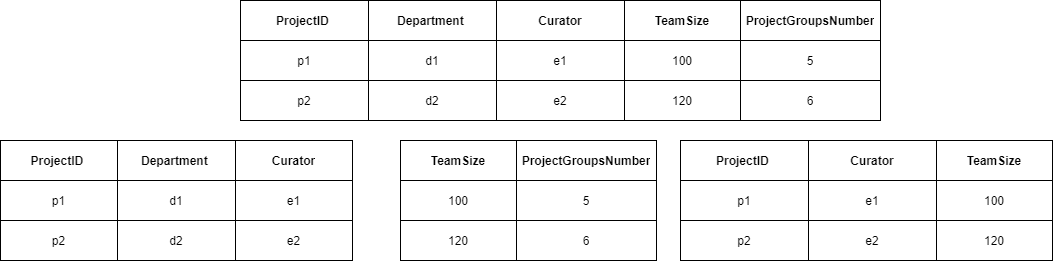
The draw.io diagram lab5/task5.drawio.png in dari-kayoo/Database, before a commit. Source tidied: cells renumbered, new cells last; positions are measured from the earlier drawing's top-left corner, leaving out a move shared by most shapes.
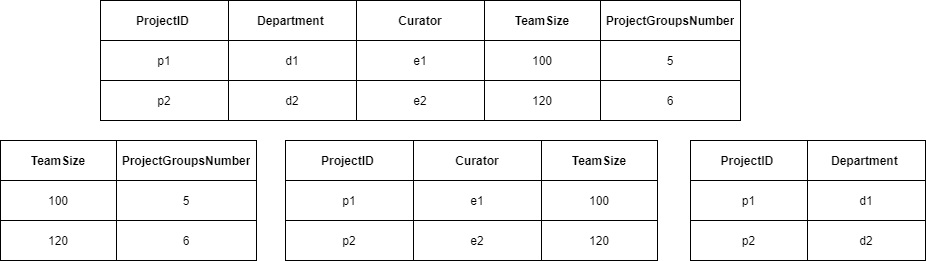
Above is the later version.

The edit, as a diff of the source:
```diff
@@ -60,10 +60,10 @@
       <mxGeometry x="500" width="140" height="40" as="geometry" />
     </mxCell>
     <mxCell id="21" style="shape=table;html=1;whiteSpace=wrap;startSize=0;" parent="1" vertex="1">
-      <mxGeometry y="140" width="352" height="120" as="geometry" />
+      <mxGeometry x="830" y="140" width="235" height="120" as="geometry" />
     </mxCell>
     <mxCell id="22" style="shape=partialRectangle;html=1;whiteSpace=wrap;fillColor=none;top=0;left=0;bottom=0;right=0;" parent="21" vertex="1">
-      <mxGeometry width="352" height="40" as="geometry" />
+      <mxGeometry width="235" height="40" as="geometry" />
     </mxCell>
     <mxCell id="23" value="&lt;b&gt;ProjectID&amp;nbsp;&lt;/b&gt;" style="shape=partialRectangle;html=1;whiteSpace=wrap;fillColor=none;top=0;left=0;bottom=0;right=0;overflow=hidden;" parent="22" vertex="1">
       <mxGeometry width="117" height="40" as="geometry" />
@@ -71,11 +71,8 @@
     <mxCell id="24" value="&lt;b&gt;Department&amp;nbsp;&lt;/b&gt;" style="shape=partialRectangle;html=1;whiteSpace=wrap;fillColor=none;top=0;left=0;bottom=0;right=0;overflow=hidden;" parent="22" vertex="1">
       <mxGeometry x="117" width="118" height="40" as="geometry" />
     </mxCell>
-    <mxCell id="25" value="&lt;b&gt;Curator&lt;/b&gt;" style="shape=partialRectangle;html=1;whiteSpace=wrap;fillColor=none;top=0;left=0;bottom=0;right=0;overflow=hidden;" parent="22" vertex="1">
-      <mxGeometry x="235" width="117" height="40" as="geometry" />
-    </mxCell>
     <mxCell id="26" style="shape=partialRectangle;html=1;whiteSpace=wrap;fillColor=none;top=0;left=0;bottom=0;right=0;" parent="21" vertex="1">
-      <mxGeometry y="40" width="352" height="40" as="geometry" />
+      <mxGeometry y="40" width="235" height="40" as="geometry" />
     </mxCell>
     <mxCell id="27" value="p1" style="shape=partialRectangle;html=1;whiteSpace=wrap;fillColor=none;top=0;left=0;bottom=0;right=0;overflow=hidden;" parent="26" vertex="1">
       <mxGeometry width="117" height="40" as="geometry" />
@@ -83,11 +80,8 @@
     <mxCell id="28" value="d1" style="shape=partialRectangle;html=1;whiteSpace=wrap;fillColor=none;top=0;left=0;bottom=0;right=0;overflow=hidden;" parent="26" vertex="1">
       <mxGeometry x="117" width="118" height="40" as="geometry" />
     </mxCell>
-    <mxCell id="29" value="e1" style="shape=partialRectangle;html=1;whiteSpace=wrap;fillColor=none;top=0;left=0;bottom=0;right=0;overflow=hidden;" parent="26" vertex="1">
-      <mxGeometry x="235" width="117" height="40" as="geometry" />
-    </mxCell>
     <mxCell id="30" style="shape=partialRectangle;html=1;whiteSpace=wrap;fillColor=none;top=0;left=0;bottom=0;right=0;" parent="21" vertex="1">
-      <mxGeometry y="80" width="352" height="40" as="geometry" />
+      <mxGeometry y="80" width="235" height="40" as="geometry" />
     </mxCell>
     <mxCell id="31" value="p2" style="shape=partialRectangle;html=1;whiteSpace=wrap;fillColor=none;top=0;left=0;bottom=0;right=0;overflow=hidden;" parent="30" vertex="1">
       <mxGeometry width="117" height="40" as="geometry" />
@@ -95,11 +89,8 @@
     <mxCell id="32" value="d2" style="shape=partialRectangle;html=1;whiteSpace=wrap;fillColor=none;top=0;left=0;bottom=0;right=0;overflow=hidden;" parent="30" vertex="1">
       <mxGeometry x="117" width="118" height="40" as="geometry" />
     </mxCell>
-    <mxCell id="33" value="e2" style="shape=partialRectangle;html=1;whiteSpace=wrap;fillColor=none;top=0;left=0;bottom=0;right=0;overflow=hidden;" parent="30" vertex="1">
-      <mxGeometry x="235" width="117" height="40" as="geometry" />
-    </mxCell>
     <mxCell id="34" style="shape=table;html=1;whiteSpace=wrap;startSize=0;" parent="1" vertex="1">
-      <mxGeometry x="680" y="140" width="372" height="120" as="geometry" />
+      <mxGeometry x="425" y="140" width="372" height="120" as="geometry" />
     </mxCell>
     <mxCell id="35" style="shape=partialRectangle;html=1;whiteSpace=wrap;fillColor=none;top=0;left=0;bottom=0;right=0;" parent="34" vertex="1">
       <mxGeometry width="372" height="40" as="geometry" />
@@ -138,7 +129,7 @@
       <mxGeometry x="256" width="116" height="40" as="geometry" />
     </mxCell>
     <mxCell id="47" style="shape=table;html=1;whiteSpace=wrap;startSize=0;" parent="1" vertex="1">
-      <mxGeometry x="400" y="140" width="256" height="120" as="geometry" />
+      <mxGeometry x="140" y="140" width="256" height="120" as="geometry" />
     </mxCell>
     <mxCell id="48" style="shape=partialRectangle;html=1;whiteSpace=wrap;fillColor=none;top=0;left=0;bottom=0;right=0;" parent="47" vertex="1">
       <mxGeometry width="256" height="40" as="geometry" />
```
